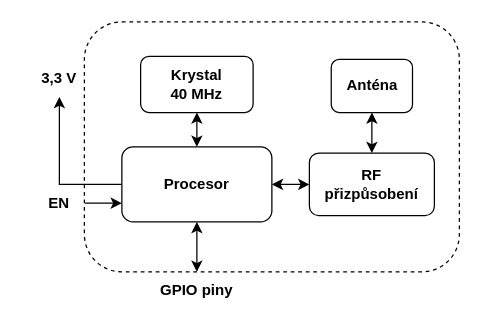
The draw.io diagram text/obrazky/blokove_schema_MCU.drawio in renata7zemanova/Semafor, before the edit. Source tidied: cells renumbered, new cells numbered last; positions are measured from the earlier drawing's top-left corner, leaving out a move shared by most shapes. Both pictures are drawn from the tidied source at 125%, with x=0, y=0 at pixel (21, 21).
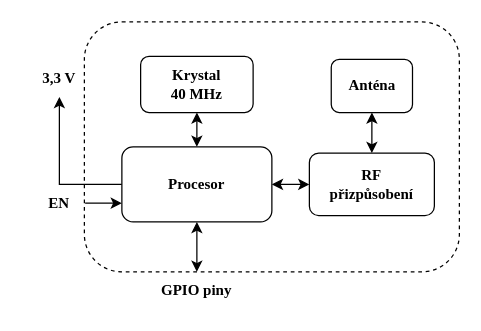
Above is the later version.

Diff of the diagram source:
```diff
@@
 <mxGraphModel>
   <root>
     <mxCell id="0" />
     <mxCell id="1" parent="0" />
-    <mxCell id="2" value="&lt;b&gt;EN&lt;/b&gt;" style="text;html=1;strokeColor=none;fillColor=none;align=center;verticalAlign=middle;whiteSpace=wrap;rounded=0;strokeWidth=1;" parent="1" vertex="1">
+    <mxCell id="2" value="&lt;b&gt;EN&lt;/b&gt;" style="text;html=1;strokeColor=none;fillColor=none;align=center;verticalAlign=middle;whiteSpace=wrap;rounded=0;strokeWidth=1;fontFamily=Times New Roman;" parent="1" vertex="1">
       <mxGeometry y="130" width="60" height="30" as="geometry" />
     </mxCell>
-    <mxCell id="3" style="rounded=1;whiteSpace=wrap;html=1;dashed=1;perimeterSpacing=0;strokeWidth=1;" parent="1" vertex="1">
+    <mxCell id="3" style="rounded=1;whiteSpace=wrap;html=1;dashed=1;perimeterSpacing=0;strokeWidth=1;fontFamily=Times New Roman;" parent="1" vertex="1">
       <mxGeometry x="50" width="300" height="200" as="geometry" />
     </mxCell>
-    <mxCell id="4" style="edgeStyle=orthogonalEdgeStyle;rounded=0;jettySize=auto;html=1;entryX=0.5;entryY=1;entryDx=0;entryDy=0;" parent="1" edge="1" source="6" target="13">
+    <mxCell id="4" style="edgeStyle=orthogonalEdgeStyle;rounded=0;jettySize=auto;html=1;entryX=0.5;entryY=1;entryDx=0;entryDy=0;fontFamily=Times New Roman;" parent="1" edge="1" source="6" target="13">
       <mxGeometry relative="1" as="geometry">
         <Array as="points">
           <mxPoint x="30" y="130" />
           <mxPoint x="30" y="60" />
         </Array>
       </mxGeometry>
     </mxCell>
-    <mxCell id="5" style="edgeStyle=orthogonalEdgeStyle;rounded=0;jettySize=auto;html=1;exitX=0;exitY=0.75;exitDx=0;exitDy=0;startArrow=classic;startFill=1;endArrow=none;endFill=0;entryX=0.002;entryY=0.727;entryDx=0;entryDy=0;entryPerimeter=0;" parent="1" edge="1" source="6" target="3">
+    <mxCell id="5" style="edgeStyle=orthogonalEdgeStyle;rounded=0;jettySize=auto;html=1;exitX=0;exitY=0.75;exitDx=0;exitDy=0;startArrow=classic;startFill=1;endArrow=none;endFill=0;entryX=0.002;entryY=0.727;entryDx=0;entryDy=0;entryPerimeter=0;fontFamily=Times New Roman;" parent="1" edge="1" source="6" target="3">
       <mxGeometry relative="1" as="geometry" />
     </mxCell>
-    <mxCell id="6" value="&lt;b&gt;Procesor&lt;/b&gt;" style="rounded=1;whiteSpace=wrap;html=1;strokeWidth=1;" parent="1" vertex="1">
+    <mxCell id="6" value="&lt;b&gt;Procesor&lt;/b&gt;" style="rounded=1;whiteSpace=wrap;html=1;strokeWidth=1;fontFamily=Times New Roman;" parent="1" vertex="1">
       <mxGeometry x="80" y="100" width="120" height="60" as="geometry" />
     </mxCell>
-    <mxCell id="7" style="edgeStyle=orthogonalEdgeStyle;rounded=0;jettySize=auto;html=1;entryX=0.5;entryY=0;entryDx=0;entryDy=0;startArrow=classic;startFill=1;endArrow=classic;endFill=1;" parent="1" edge="1" source="8" target="6">
+    <mxCell id="7" style="edgeStyle=orthogonalEdgeStyle;rounded=0;jettySize=auto;html=1;entryX=0.5;entryY=0;entryDx=0;entryDy=0;startArrow=classic;startFill=1;endArrow=classic;endFill=1;fontFamily=Times New Roman;" parent="1" edge="1" source="8" target="6">
       <mxGeometry relative="1" as="geometry" />
     </mxCell>
-    <mxCell id="8" value="&lt;div&gt;&lt;b&gt;Krystal &lt;br&gt;&lt;/b&gt;&lt;/div&gt;&lt;div&gt;&lt;b&gt;40 MHz&lt;/b&gt;&lt;/div&gt;" style="rounded=1;whiteSpace=wrap;html=1;strokeWidth=1;" parent="1" vertex="1">
+    <mxCell id="8" value="&lt;div&gt;&lt;b&gt;Krystal &lt;br&gt;&lt;/b&gt;&lt;/div&gt;&lt;div&gt;&lt;b&gt;40 MHz&lt;/b&gt;&lt;/div&gt;" style="rounded=1;whiteSpace=wrap;html=1;strokeWidth=1;fontFamily=Times New Roman;" parent="1" vertex="1">
       <mxGeometry x="95" y="27.5" width="90" height="45" as="geometry" />
     </mxCell>
-    <mxCell id="9" style="edgeStyle=orthogonalEdgeStyle;rounded=0;jettySize=auto;html=1;entryX=1;entryY=0.5;entryDx=0;entryDy=0;startArrow=classic;startFill=1;endArrow=classic;endFill=1;" parent="1" edge="1" source="10" target="6">
+    <mxCell id="9" style="edgeStyle=orthogonalEdgeStyle;rounded=0;jettySize=auto;html=1;entryX=1;entryY=0.5;entryDx=0;entryDy=0;startArrow=classic;startFill=1;endArrow=classic;endFill=1;fontFamily=Times New Roman;" parent="1" edge="1" source="10" target="6">
       <mxGeometry relative="1" as="geometry" />
     </mxCell>
-    <mxCell id="10" value="&lt;div&gt;&lt;b&gt;RF &lt;br&gt;&lt;/b&gt;&lt;/div&gt;&lt;div&gt;&lt;b&gt;přizpůsobení&lt;/b&gt;&lt;/div&gt;" style="rounded=1;whiteSpace=wrap;html=1;strokeWidth=1;" parent="1" vertex="1">
+    <mxCell id="10" value="&lt;div&gt;&lt;b&gt;RF &lt;br&gt;&lt;/b&gt;&lt;/div&gt;&lt;div&gt;&lt;b&gt;přizpůsobení&lt;/b&gt;&lt;/div&gt;" style="rounded=1;whiteSpace=wrap;html=1;strokeWidth=1;fontFamily=Times New Roman;" parent="1" vertex="1">
       <mxGeometry x="230" y="105" width="100" height="50" as="geometry" />
     </mxCell>
-    <mxCell id="11" style="edgeStyle=orthogonalEdgeStyle;rounded=0;jettySize=auto;html=1;startArrow=classic;startFill=1;endArrow=classic;endFill=1;" parent="1" edge="1" source="12" target="10">
+    <mxCell id="11" style="edgeStyle=orthogonalEdgeStyle;rounded=0;jettySize=auto;html=1;startArrow=classic;startFill=1;endArrow=classic;endFill=1;fontFamily=Times New Roman;" parent="1" edge="1" source="12" target="10">
       <mxGeometry relative="1" as="geometry" />
     </mxCell>
-    <mxCell id="12" value="&lt;b&gt;Anténa&lt;/b&gt;" style="rounded=1;whiteSpace=wrap;html=1;strokeWidth=1;" parent="1" vertex="1">
+    <mxCell id="12" value="&lt;b&gt;Anténa&lt;/b&gt;" style="rounded=1;whiteSpace=wrap;html=1;strokeWidth=1;fontFamily=Times New Roman;" parent="1" vertex="1">
       <mxGeometry x="247.5" y="30" width="65" height="42.5" as="geometry" />
     </mxCell>
-    <mxCell id="13" value="&lt;b&gt;3,3 V&lt;br&gt;&lt;/b&gt;" style="text;html=1;strokeColor=none;fillColor=none;align=center;verticalAlign=middle;whiteSpace=wrap;rounded=0;strokeWidth=1;" parent="1" vertex="1">
+    <mxCell id="13" value="&lt;b&gt;3,3 V&lt;br&gt;&lt;/b&gt;" style="text;html=1;strokeColor=none;fillColor=none;align=center;verticalAlign=middle;whiteSpace=wrap;rounded=0;strokeWidth=1;fontFamily=Times New Roman;" parent="1" vertex="1">
       <mxGeometry y="30" width="60" height="30" as="geometry" />
     </mxCell>
-    <mxCell id="14" style="edgeStyle=orthogonalEdgeStyle;rounded=0;jettySize=auto;html=1;entryX=0.5;entryY=1;entryDx=0;entryDy=0;startArrow=classic;startFill=1;endArrow=classic;endFill=1;" parent="1" edge="1" source="15" target="6">
+    <mxCell id="14" style="edgeStyle=orthogonalEdgeStyle;rounded=0;jettySize=auto;html=1;entryX=0.5;entryY=1;entryDx=0;entryDy=0;startArrow=classic;startFill=1;endArrow=classic;endFill=1;fontFamily=Times New Roman;" parent="1" edge="1" source="15" target="6">
       <mxGeometry relative="1" as="geometry" />
     </mxCell>
-    <mxCell id="15" value="&lt;b&gt;GPIO piny&lt;br&gt;&lt;/b&gt;" style="text;html=1;strokeColor=none;fillColor=none;align=center;verticalAlign=middle;whiteSpace=wrap;rounded=0;strokeWidth=1;" parent="1" vertex="1">
+    <mxCell id="15" value="&lt;b&gt;GPIO piny&lt;br&gt;&lt;/b&gt;" style="text;html=1;strokeColor=none;fillColor=none;align=center;verticalAlign=middle;whiteSpace=wrap;rounded=0;strokeWidth=1;fontFamily=Times New Roman;" parent="1" vertex="1">
       <mxGeometry x="110" y="200" width="60" height="30" as="geometry" />
     </mxCell>
   </root>
 </mxGraphModel>
```
